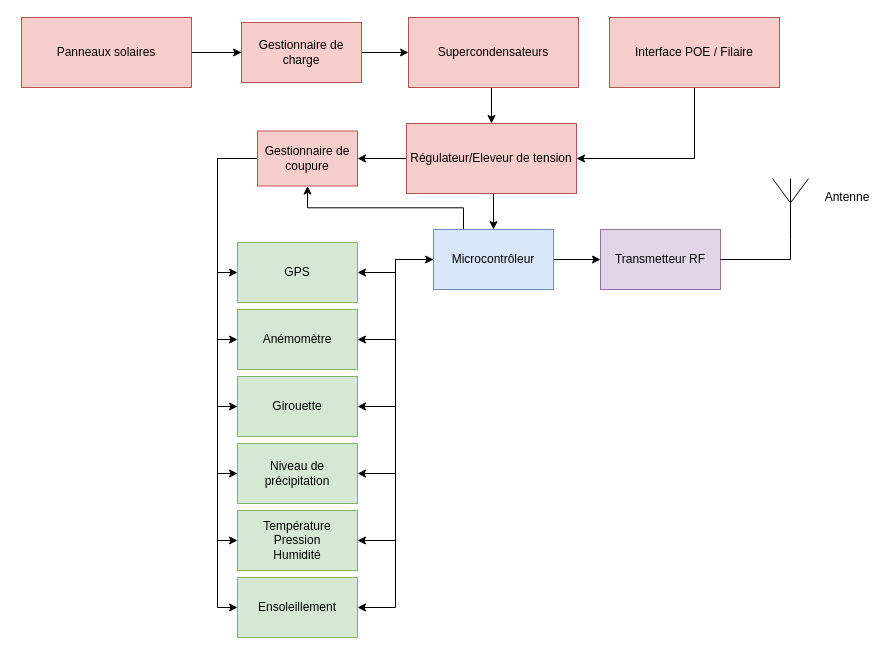
CREPP-PLOEMEUR/Conception_Electronique keeps this draw.io diagram as Projets/Station_meteo/Station_meteo_diagramme.drawio. Above is the earlier version. Source tidied: cells renumbered, new cells numbered last; positions are measured from the earlier drawing's top-left corner, leaving out a move shared by most shapes. Both pictures are drawn from the tidied source at 100%, with x=0, y=0 at pixel (21, 17).
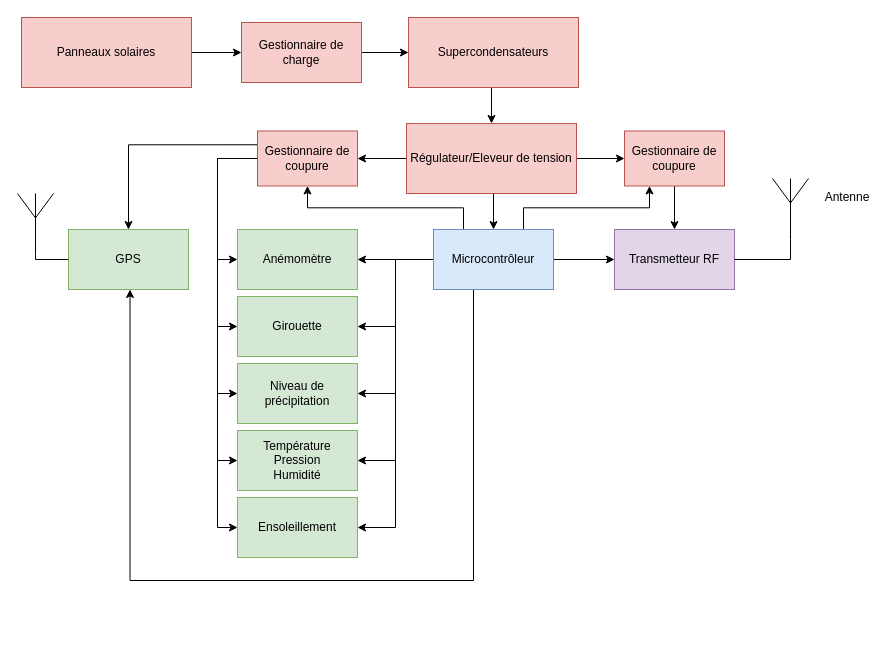
Above is the later version.

Unchanged cells that the change refers to:
```xml
<mxCell id="15" value="Microcontrôleur" style="rounded=0;whiteSpace=wrap;html=1;fillColor=#dae8fc;strokeColor=#6c8ebf;" parent="1" vertex="1">
  <mxGeometry x="412" y="212" width="120" height="60" as="geometry" />
</mxCell>
<mxCell id="22" value="Gestionnaire de coupure" style="rounded=0;whiteSpace=wrap;html=1;fillColor=#f8cecc;strokeColor=#b85450;" parent="1" vertex="1">
  <mxGeometry x="236" y="113.5" width="100" height="55" as="geometry" />
</mxCell>
<mxCell id="31" value="Régulateur/Eleveur de tension" style="rounded=0;whiteSpace=wrap;html=1;fillColor=#f8cecc;strokeColor=#b85450;" parent="1" vertex="1">
  <mxGeometry x="385" y="106" width="170" height="70" as="geometry" />
</mxCell>
```

Diff of the diagram source:
```diff
@@
+    <mxCell id="39" style="edgeStyle=orthogonalEdgeStyle;rounded=0;jettySize=auto;html=1;exitX=0.75;exitY=0;exitDx=0;exitDy=0;entryX=0.25;entryY=1;entryDx=0;entryDy=0;" parent="1" edge="1" source="15" target="43">
+      <mxGeometry relative="1" as="geometry" />
+    </mxCell>
+    <mxCell id="40" style="edgeStyle=orthogonalEdgeStyle;rounded=0;orthogonalLoop=1;jettySize=auto;html=1;exitX=0.25;exitY=1;exitDx=0;exitDy=0;entryX=0.5;entryY=1;entryDx=0;entryDy=0;" parent="1" edge="1">
+      <mxGeometry relative="1" as="geometry">
+        <mxPoint x="443.5" y="272" as="sourcePoint" />
+        <mxPoint x="108.5" y="272" as="targetPoint" />
+        <Array as="points">
+          <mxPoint x="452" y="272" />
+          <mxPoint x="452" y="563" />
+          <mxPoint x="109" y="563" />
+        </Array>
+      </mxGeometry>
+    </mxCell>
@@
-    <mxCell id="16" style="edgeStyle=orthogonalEdgeStyle;rounded=0;jettySize=auto;html=1;exitX=0;exitY=0.5;exitDx=0;exitDy=0;entryX=0;entryY=0.5;entryDx=0;entryDy=0;" parent="1" edge="1" source="22" target="24">
-      <mxGeometry relative="1" as="geometry" />
-    </mxCell>
@@
+    <mxCell id="16" style="edgeStyle=orthogonalEdgeStyle;rounded=0;jettySize=auto;html=1;exitX=0;exitY=0.25;exitDx=0;exitDy=0;" parent="1" edge="1" source="22" target="24">
+      <mxGeometry relative="1" as="geometry" />
+    </mxCell>
@@
-    <mxCell id="23" style="edgeStyle=orthogonalEdgeStyle;rounded=0;jettySize=auto;html=1;exitX=1;exitY=0.5;exitDx=0;exitDy=0;startArrow=classic;startFill=1;" parent="1" edge="1" source="24" target="15">
-      <mxGeometry relative="1" as="geometry" />
-    </mxCell>
-    <mxCell id="24" value="GPS" style="rounded=0;whiteSpace=wrap;html=1;fillColor=#d5e8d4;strokeColor=#82b366;" parent="1" vertex="1">
-      <mxGeometry x="216" y="225" width="120" height="60" as="geometry" />
-    </mxCell>
     <mxCell id="25" value="Anémomètre" style="rounded=0;whiteSpace=wrap;html=1;fillColor=#d5e8d4;strokeColor=#82b366;" parent="1" vertex="1">
-      <mxGeometry x="216" y="292" width="120" height="60" as="geometry" />
+      <mxGeometry x="216" y="212" width="120" height="60" as="geometry" />
     </mxCell>
     <mxCell id="26" value="Girouette" style="rounded=0;whiteSpace=wrap;html=1;fillColor=#d5e8d4;strokeColor=#82b366;" parent="1" vertex="1">
-      <mxGeometry x="216" y="359" width="120" height="60" as="geometry" />
+      <mxGeometry x="216" y="279" width="120" height="60" as="geometry" />
     </mxCell>
     <mxCell id="27" value="Niveau de précipitation" style="rounded=0;whiteSpace=wrap;html=1;fillColor=#d5e8d4;strokeColor=#82b366;" parent="1" vertex="1">
-      <mxGeometry x="216" y="426" width="120" height="60" as="geometry" />
+      <mxGeometry x="216" y="346" width="120" height="60" as="geometry" />
     </mxCell>
     <mxCell id="28" value="Température&lt;br&gt;Pression&lt;br&gt;Humidité" style="rounded=0;whiteSpace=wrap;html=1;fillColor=#d5e8d4;strokeColor=#82b366;" parent="1" vertex="1">
-      <mxGeometry x="216" y="493" width="120" height="60" as="geometry" />
+      <mxGeometry x="216" y="413" width="120" height="60" as="geometry" />
     </mxCell>
@@
+    <mxCell id="41" style="edgeStyle=orthogonalEdgeStyle;rounded=0;jettySize=auto;html=1;exitX=1;exitY=0.5;exitDx=0;exitDy=0;entryX=0;entryY=0.5;entryDx=0;entryDy=0;" parent="1" edge="1" source="31" target="43">
+      <mxGeometry relative="1" as="geometry" />
+    </mxCell>
@@
     <mxCell id="32" value="Transmetteur RF" style="rounded=0;whiteSpace=wrap;html=1;fillColor=#e1d5e7;strokeColor=#9673a6;" parent="1" vertex="1">
-      <mxGeometry x="579" y="212" width="120" height="60" as="geometry" />
+      <mxGeometry x="593" y="212" width="120" height="60" as="geometry" />
     </mxCell>
@@
     <mxCell id="36" value="Ensoleillement" style="rounded=0;whiteSpace=wrap;html=1;fillColor=#d5e8d4;strokeColor=#82b366;" parent="1" vertex="1">
-      <mxGeometry x="216" y="560" width="120" height="60" as="geometry" />
+      <mxGeometry x="216" y="480" width="120" height="60" as="geometry" />
     </mxCell>
-    <mxCell id="37" style="edgeStyle=orthogonalEdgeStyle;rounded=0;jettySize=auto;html=1;exitX=0.5;exitY=1;exitDx=0;exitDy=0;entryX=1;entryY=0.5;entryDx=0;entryDy=0;" parent="1" edge="1" source="38" target="31">
-      <mxGeometry relative="1" as="geometry" />
-    </mxCell>
-    <mxCell id="38" value="Interface POE / Filaire" style="rounded=0;whiteSpace=wrap;html=1;fillColor=#f8cecc;strokeColor=#b85450;" parent="1" vertex="1">
-      <mxGeometry x="588" width="170" height="70" as="geometry" />
-    </mxCell>
+    <mxCell id="42" style="edgeStyle=orthogonalEdgeStyle;rounded=0;jettySize=auto;html=1;exitX=0.5;exitY=1;exitDx=0;exitDy=0;" parent="1" edge="1" source="43" target="32">
+      <mxGeometry relative="1" as="geometry" />
+    </mxCell>
+    <mxCell id="43" value="Gestionnaire de coupure" style="rounded=0;whiteSpace=wrap;html=1;fillColor=#f8cecc;strokeColor=#b85450;" parent="1" vertex="1">
+      <mxGeometry x="603" y="113.5" width="100" height="55" as="geometry" />
+    </mxCell>
+    <mxCell id="24" value="GPS" style="rounded=0;whiteSpace=wrap;html=1;fillColor=#d5e8d4;strokeColor=#82b366;" parent="1" vertex="1">
+      <mxGeometry x="47" y="212" width="120" height="60" as="geometry" />
+    </mxCell>
+    <mxCell id="44" style="edgeStyle=orthogonalEdgeStyle;rounded=0;jettySize=auto;html=1;exitX=0.5;exitY=1;exitDx=0;exitDy=0;exitPerimeter=0;entryX=0;entryY=0.5;entryDx=0;entryDy=0;endArrow=none;endFill=0;" parent="1" edge="1" source="45" target="24">
+      <mxGeometry relative="1" as="geometry">
+        <Array as="points">
+          <mxPoint x="14" y="242" />
+        </Array>
+      </mxGeometry>
+    </mxCell>
+    <mxCell id="45" style="verticalLabelPosition=bottom;shadow=0;dashed=0;align=center;html=1;verticalAlign=top;shape=mxgraph.electrical.radio.aerial_-_antenna_1;" parent="1" vertex="1">
+      <mxGeometry x="-4" y="176" width="36" height="61" as="geometry" />
+    </mxCell>
```
